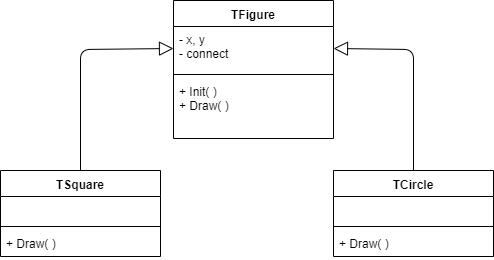
Earlier version of the draw.io export labs_doc/dz1_unfinished/media/dz1_backend.png (Trickster2038/BmstuLabs2). Source tidied: cells renumbered, new cells last; positions are measured from the earlier drawing's top-left corner, leaving out a move shared by most shapes.
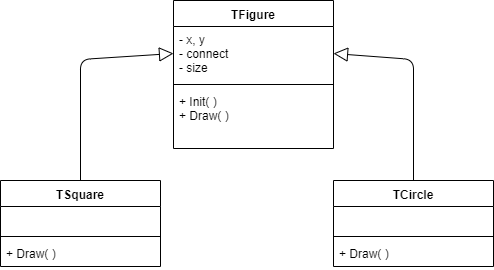
After the commit.

What changed in the source:
```diff
@@ -3,16 +3,16 @@
     <mxCell id="0" />
     <mxCell id="1" parent="0" />
     <mxCell id="2" value="TFigure" style="swimlane;fontStyle=1;align=center;verticalAlign=top;horizontal=1;startSize=26;" parent="1" vertex="1">
-      <mxGeometry x="173" width="160" height="138" as="geometry" />
+      <mxGeometry x="173" y="-10" width="160" height="148" as="geometry" />
     </mxCell>
-    <mxCell id="3" value="- x, y&#10;- connect" style="text;strokeColor=none;fillColor=none;align=left;verticalAlign=top;spacingLeft=4;spacingRight=4;overflow=hidden;points=[[0,0.5],[1,0.5]];portConstraint=eastwest;" parent="2" vertex="1">
-      <mxGeometry y="26" width="160" height="44" as="geometry" />
+    <mxCell id="3" value="- x, y&#10;- connect&#10;- size" style="text;strokeColor=none;fillColor=none;align=left;verticalAlign=top;spacingLeft=4;spacingRight=4;overflow=hidden;points=[[0,0.5],[1,0.5]];portConstraint=eastwest;" parent="2" vertex="1">
+      <mxGeometry y="26" width="160" height="54" as="geometry" />
     </mxCell>
     <mxCell id="4" style="line;strokeWidth=1;fillColor=none;align=left;verticalAlign=middle;spacingTop=-1;spacingLeft=3;spacingRight=3;labelPosition=right;" parent="2" vertex="1">
-      <mxGeometry y="70" width="160" height="8" as="geometry" />
+      <mxGeometry y="80" width="160" height="8" as="geometry" />
     </mxCell>
     <mxCell id="5" value="+ Init( )&#10;+ Draw( )" style="text;strokeColor=none;fillColor=none;align=left;verticalAlign=top;spacingLeft=4;spacingRight=4;overflow=hidden;" parent="2" vertex="1">
-      <mxGeometry y="78" width="160" height="60" as="geometry" />
+      <mxGeometry y="88" width="160" height="60" as="geometry" />
     </mxCell>
     <mxCell id="6" value="TSquare" style="swimlane;fontStyle=1;align=center;verticalAlign=top;horizontal=1;startSize=26;" parent="1" vertex="1">
       <mxGeometry y="170" width="160" height="86" as="geometry" />
```
